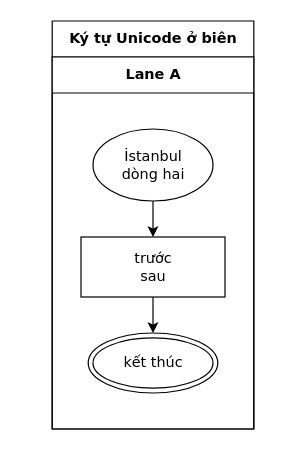
This is conformance/golden/cases/37-unicode-edges.drawio from luytbq/flowcast, a draw.io file, before an edit. Source tidied: cells renumbered, new cells numbered last; positions are measured from the earlier drawing's top-left corner, leaving out a move shared by most shapes. Both pictures are drawn from the tidied source at 120%, with x=0, y=0 at pixel (52, 20).
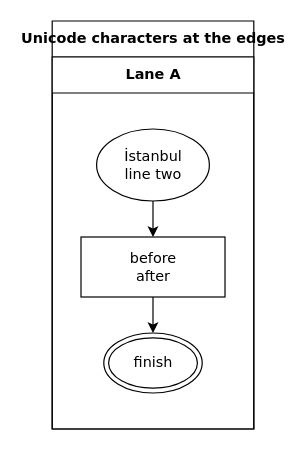
After the change.

Diff of the diagram source:
```diff
@@
 <mxGraphModel>
   <root>
     <mxCell id="0" />
     <mxCell id="1" parent="0" />
-    <mxCell id="2" value="Ký tự Unicode ở biên" style="swimlane;html=1;startSize=30;fontStyle=1;fontFamily=Verdana;fontSize=12;flowtable=1;" parent="1" vertex="1">
+    <mxCell id="2" value="Unicode characters at the edges" style="swimlane;html=1;startSize=30;fontStyle=1;fontFamily=Verdana;fontSize=12;flowtable=1;" parent="1" vertex="1">
       <mxGeometry width="168" height="340" as="geometry" />
     </mxCell>
     <mxCell id="3" value="Lane A" style="swimlane;html=1;startSize=30;fontFamily=Verdana;fontSize=12;flowtable=1;" parent="2" vertex="1">
       <mxGeometry y="30" width="168" height="310" as="geometry" />
     </mxCell>
-    <mxCell id="4" value="İstanbul&lt;br&gt;dòng hai" style="ellipse;html=1;fontFamily=Verdana;fontSize=12;flowtable=1;" parent="3" vertex="1">
-      <mxGeometry x="34" y="60" width="100" height="60" as="geometry" />
+    <mxCell id="4" value="İstanbul&lt;br&gt;line two" style="ellipse;html=1;fontFamily=Verdana;fontSize=12;flowtable=1;" parent="3" vertex="1">
+      <mxGeometry x="37" y="60" width="94" height="60" as="geometry" />
     </mxCell>
-    <mxCell id="5" value="trước&lt;br&gt;sau" style="rounded=0;html=1;fontFamily=Verdana;fontSize=12;flowtable=1;" parent="3" vertex="1">
+    <mxCell id="5" value="before&lt;br&gt;after" style="rounded=0;html=1;fontFamily=Verdana;fontSize=12;flowtable=1;" parent="3" vertex="1">
       <mxGeometry x="24" y="150" width="120" height="50" as="geometry" />
     </mxCell>
-    <mxCell id="6" value="kết thúc" style="shape=doubleEllipse;html=1;fontFamily=Verdana;fontSize=12;flowtable=1;" parent="3" vertex="1">
-      <mxGeometry x="30" y="230" width="108" height="50" as="geometry" />
+    <mxCell id="6" value="finish" style="shape=doubleEllipse;html=1;fontFamily=Verdana;fontSize=12;flowtable=1;" parent="3" vertex="1">
+      <mxGeometry x="43" y="230" width="82" height="50" as="geometry" />
     </mxCell>
     <mxCell id="7" style="edgeStyle=orthogonalEdgeStyle;rounded=0;jettySize=auto;html=1;labelBackgroundColor=default;exitX=0.5;exitY=1;exitDx=0;exitDy=0;entryX=0.5;entryY=0;entryDx=0;entryDy=0;fontFamily=Verdana;fontSize=12;flowtable=1;" parent="2" edge="1" source="4" target="5">
       <mxGeometry relative="1" as="geometry" />
     </mxCell>
     <mxCell id="8" style="edgeStyle=orthogonalEdgeStyle;rounded=0;jettySize=auto;html=1;labelBackgroundColor=default;exitX=0.5;exitY=1;exitDx=0;exitDy=0;entryX=0.5;entryY=0;entryDx=0;entryDy=0;fontFamily=Verdana;fontSize=12;flowtable=1;" parent="2" edge="1" source="5" target="6">
       <mxGeometry relative="1" as="geometry" />
     </mxCell>
   </root>
 </mxGraphModel>
```
